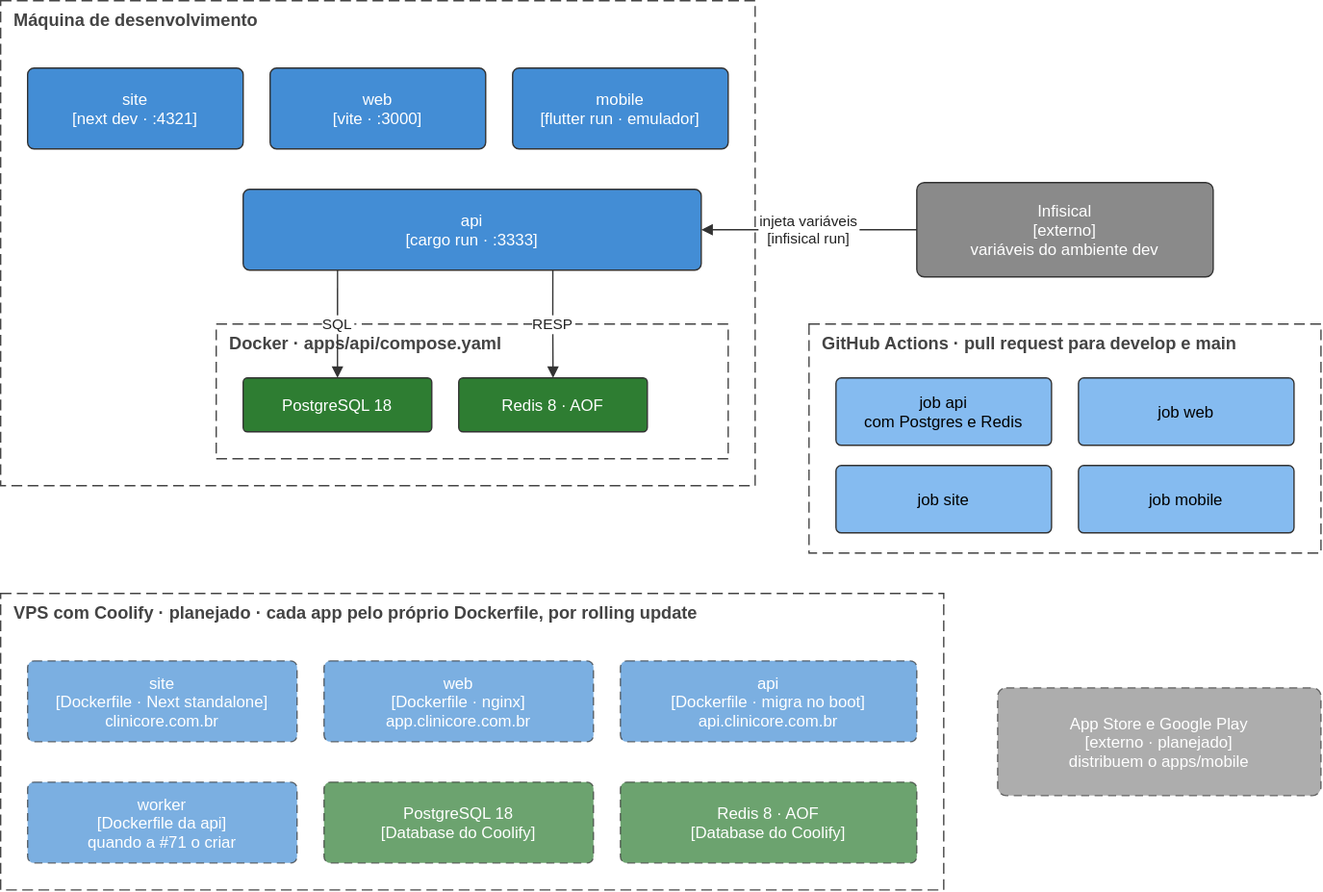
Earlier version of the draw.io export docs/architecture/diagrams/deployment.drawio.svg (TheoOdawara/clinicore). Source tidied: cells renumbered, new cells last; positions are measured from the earlier drawing's top-left corner, leaving out a move shared by most shapes. Source of this version:
```xml
<mxGraphModel background="#ffffff">
  <root>
    <mxCell id="0" />
    <mxCell id="1" parent="0" />
    <mxCell id="2" value="Máquina de desenvolvimento" style="rounded=0;html=0;fillColor=none;strokeColor=#444444;dashed=1;dashPattern=8 4;fontSize=13;fontStyle=1;verticalAlign=top;align=left;spacingLeft=8;fontColor=#444444;" parent="1" vertex="1">
      <mxGeometry width="560" height="360" as="geometry" />
    </mxCell>
    <mxCell id="3" value="site&#10;[next dev · :4321]" style="rounded=1;arcSize=8;html=0;fillColor=#438dd5;fontColor=#ffffff;strokeColor=#333333;fontSize=12;" parent="1" vertex="1">
      <mxGeometry x="20" y="50" width="160" height="60" as="geometry" />
    </mxCell>
    <mxCell id="4" value="web&#10;[vite · :3000]" style="rounded=1;arcSize=8;html=0;fillColor=#438dd5;fontColor=#ffffff;strokeColor=#333333;fontSize=12;" parent="1" vertex="1">
      <mxGeometry x="200" y="50" width="160" height="60" as="geometry" />
    </mxCell>
    <mxCell id="5" value="mobile&#10;[flutter run · emulador]" style="rounded=1;arcSize=8;html=0;fillColor=#438dd5;fontColor=#ffffff;strokeColor=#333333;fontSize=12;" parent="1" vertex="1">
      <mxGeometry x="380" y="50" width="160" height="60" as="geometry" />
    </mxCell>
    <mxCell id="6" value="api&#10;[cargo run · :3333]" style="rounded=1;arcSize=8;html=0;fillColor=#438dd5;fontColor=#ffffff;strokeColor=#333333;fontSize=12;" parent="1" vertex="1">
      <mxGeometry x="180" y="140" width="340" height="60" as="geometry" />
    </mxCell>
    <mxCell id="7" value="Docker · apps/api/compose.yaml" style="rounded=0;html=0;fillColor=none;strokeColor=#444444;dashed=1;dashPattern=8 4;fontSize=13;fontStyle=1;verticalAlign=top;align=left;spacingLeft=8;fontColor=#444444;" parent="1" vertex="1">
      <mxGeometry x="160" y="240" width="380" height="100" as="geometry" />
    </mxCell>
    <mxCell id="8" value="PostgreSQL 18" style="rounded=1;arcSize=8;html=0;fillColor=#2e7d32;fontColor=#ffffff;strokeColor=#333333;fontSize=12;" parent="1" vertex="1">
      <mxGeometry x="180" y="280" width="140" height="40" as="geometry" />
    </mxCell>
    <mxCell id="9" value="Redis 8 · AOF" style="rounded=1;arcSize=8;html=0;fillColor=#2e7d32;fontColor=#ffffff;strokeColor=#333333;fontSize=12;" parent="1" vertex="1">
      <mxGeometry x="340" y="280" width="140" height="40" as="geometry" />
    </mxCell>
    <mxCell id="10" value="Infisical&#10;[externo]&#10;variáveis do ambiente dev" style="rounded=1;arcSize=8;html=0;fillColor=#8a8a8a;fontColor=#ffffff;strokeColor=#333333;fontSize=12;" parent="1" vertex="1">
      <mxGeometry x="680" y="135" width="220" height="70" as="geometry" />
    </mxCell>
    <mxCell id="11" value="GitHub Actions · pull request para develop e main" style="rounded=0;html=0;fillColor=none;strokeColor=#444444;dashed=1;dashPattern=8 4;fontSize=13;fontStyle=1;verticalAlign=top;align=left;spacingLeft=8;fontColor=#444444;" parent="1" vertex="1">
      <mxGeometry x="600" y="240" width="380" height="170" as="geometry" />
    </mxCell>
    <mxCell id="12" value="job api&#10;com Postgres e Redis" style="rounded=1;arcSize=8;html=0;fillColor=#85bbf0;fontColor=#000000;strokeColor=#333333;fontSize=12;" parent="1" vertex="1">
      <mxGeometry x="620" y="280" width="160" height="50" as="geometry" />
    </mxCell>
    <mxCell id="13" value="job web" style="rounded=1;arcSize=8;html=0;fillColor=#85bbf0;fontColor=#000000;strokeColor=#333333;fontSize=12;" parent="1" vertex="1">
      <mxGeometry x="800" y="280" width="160" height="50" as="geometry" />
    </mxCell>
    <mxCell id="14" value="job site" style="rounded=1;arcSize=8;html=0;fillColor=#85bbf0;fontColor=#000000;strokeColor=#333333;fontSize=12;" parent="1" vertex="1">
      <mxGeometry x="620" y="345" width="160" height="50" as="geometry" />
    </mxCell>
    <mxCell id="15" value="job mobile" style="rounded=1;arcSize=8;html=0;fillColor=#85bbf0;fontColor=#000000;strokeColor=#333333;fontSize=12;" parent="1" vertex="1">
      <mxGeometry x="800" y="345" width="160" height="50" as="geometry" />
    </mxCell>
    <mxCell id="16" value="VPS com Coolify · planejado · cada app pelo próprio Dockerfile, por rolling update" style="rounded=0;html=0;fillColor=none;strokeColor=#444444;dashed=1;dashPattern=8 4;fontSize=13;fontStyle=1;verticalAlign=top;align=left;spacingLeft=8;fontColor=#444444;" parent="1" vertex="1">
      <mxGeometry y="440" width="700" height="220" as="geometry" />
    </mxCell>
    <mxCell id="17" value="site&#10;[Dockerfile · Next standalone]&#10;clinicore.com.br" style="rounded=1;arcSize=8;html=0;fillColor=#438dd5;fontColor=#ffffff;strokeColor=#333333;fontSize=12;dashed=1;dashPattern=6 4;opacity=70;" parent="1" vertex="1">
      <mxGeometry x="20" y="490" width="200" height="60" as="geometry" />
    </mxCell>
    <mxCell id="18" value="web&#10;[Dockerfile · nginx]&#10;app.clinicore.com.br" style="rounded=1;arcSize=8;html=0;fillColor=#438dd5;fontColor=#ffffff;strokeColor=#333333;fontSize=12;dashed=1;dashPattern=6 4;opacity=70;" parent="1" vertex="1">
      <mxGeometry x="240" y="490" width="200" height="60" as="geometry" />
    </mxCell>
    <mxCell id="19" value="api&#10;[Dockerfile · migra no boot]&#10;api.clinicore.com.br" style="rounded=1;arcSize=8;html=0;fillColor=#438dd5;fontColor=#ffffff;strokeColor=#333333;fontSize=12;dashed=1;dashPattern=6 4;opacity=70;" parent="1" vertex="1">
      <mxGeometry x="460" y="490" width="220" height="60" as="geometry" />
    </mxCell>
    <mxCell id="20" value="worker&#10;[Dockerfile da api]&#10;quando a #71 o criar" style="rounded=1;arcSize=8;html=0;fillColor=#438dd5;fontColor=#ffffff;strokeColor=#333333;fontSize=12;dashed=1;dashPattern=6 4;opacity=70;" parent="1" vertex="1">
      <mxGeometry x="20" y="580" width="200" height="60" as="geometry" />
    </mxCell>
    <mxCell id="21" value="PostgreSQL 18&#10;[Database do Coolify]" style="rounded=1;arcSize=8;html=0;fillColor=#2e7d32;fontColor=#ffffff;strokeColor=#333333;fontSize=12;dashed=1;dashPattern=6 4;opacity=70;" parent="1" vertex="1">
      <mxGeometry x="240" y="580" width="200" height="60" as="geometry" />
    </mxCell>
    <mxCell id="22" value="Redis 8 · AOF&#10;[Database do Coolify]" style="rounded=1;arcSize=8;html=0;fillColor=#2e7d32;fontColor=#ffffff;strokeColor=#333333;fontSize=12;dashed=1;dashPattern=6 4;opacity=70;" parent="1" vertex="1">
      <mxGeometry x="460" y="580" width="220" height="60" as="geometry" />
    </mxCell>
    <mxCell id="23" value="App Store e Google Play&#10;[externo · planejado]&#10;distribuem o apps/mobile" style="rounded=1;arcSize=8;html=0;fillColor=#8a8a8a;fontColor=#ffffff;strokeColor=#333333;fontSize=12;dashed=1;dashPattern=6 4;opacity=70;" parent="1" vertex="1">
      <mxGeometry x="740" y="510" width="240" height="80" as="geometry" />
    </mxCell>
    <mxCell id="24" value="injeta variáveis&#10;[infisical run]" style="html=0;endArrow=block;endFill=1;strokeColor=#333333;fontSize=11;fontColor=#222222;labelBackgroundColor=#ffffff;edgeStyle=orthogonalEdgeStyle;rounded=1;exitX=0;exitY=0.5;exitDx=0;exitDy=0;entryX=1;entryY=0.5;entryDx=0;entryDy=0;" parent="1" edge="1" source="10" target="6">
      <mxGeometry relative="1" as="geometry" />
    </mxCell>
    <mxCell id="25" value="SQL" style="html=0;endArrow=block;endFill=1;strokeColor=#333333;fontSize=11;fontColor=#222222;labelBackgroundColor=#ffffff;edgeStyle=orthogonalEdgeStyle;rounded=1;exitX=0.206;exitY=1;exitDx=0;exitDy=0;entryX=0.5;entryY=0;entryDx=0;entryDy=0;" parent="1" edge="1" source="6" target="8">
      <mxGeometry relative="1" as="geometry" />
    </mxCell>
    <mxCell id="26" value="RESP" style="html=0;endArrow=block;endFill=1;strokeColor=#333333;fontSize=11;fontColor=#222222;labelBackgroundColor=#ffffff;edgeStyle=orthogonalEdgeStyle;rounded=1;exitX=0.676;exitY=1;exitDx=0;exitDy=0;entryX=0.5;entryY=0;entryDx=0;entryDy=0;" parent="1" edge="1" source="6" target="9">
      <mxGeometry relative="1" as="geometry" />
    </mxCell>
  </root>
</mxGraphModel>
```
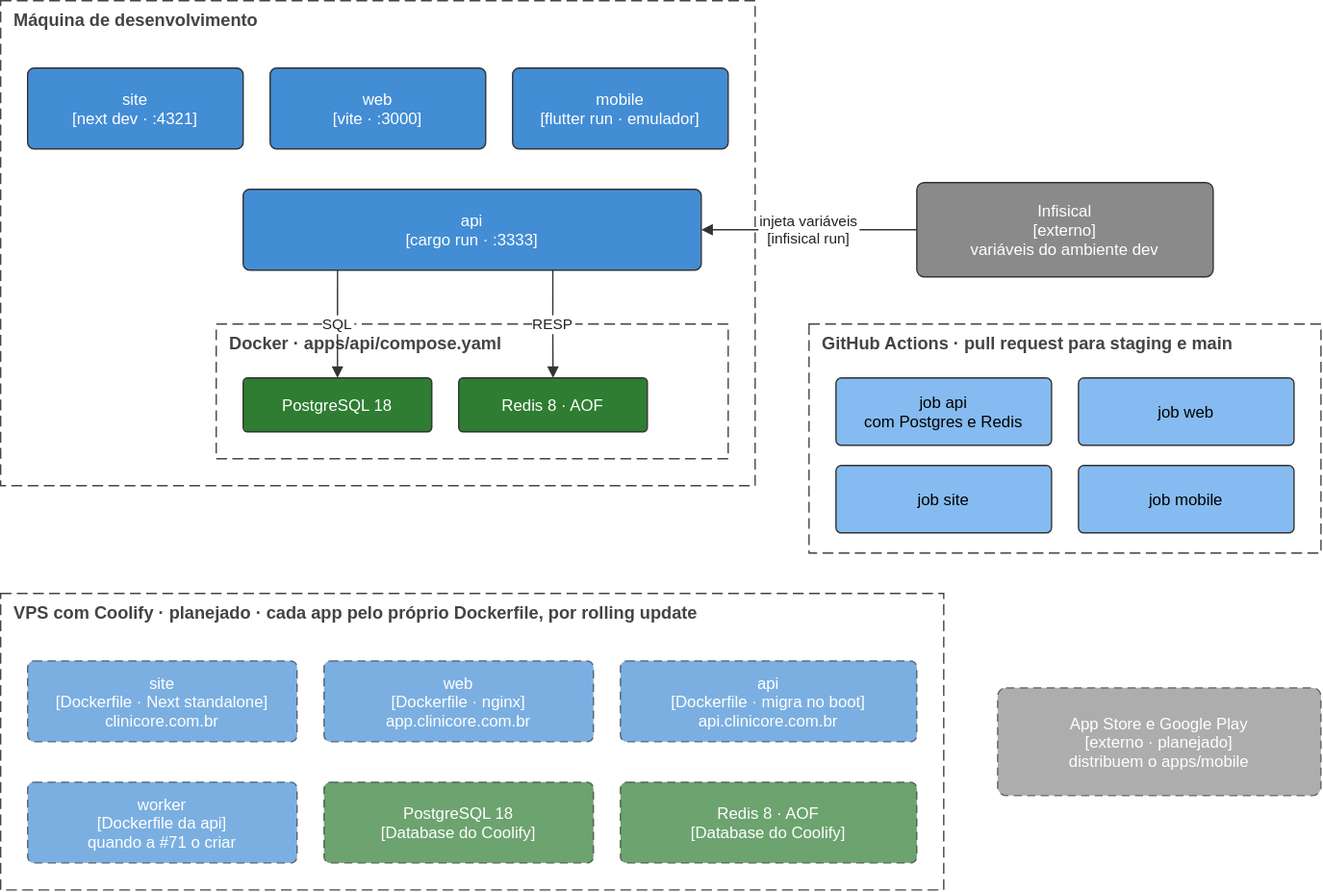
The same diagram one commit later.

The edit, as a diff of the source:
```diff
@@ -29,7 +29,7 @@
     <mxCell id="10" value="Infisical&#10;[externo]&#10;variáveis do ambiente dev" style="rounded=1;arcSize=8;html=0;fillColor=#8a8a8a;fontColor=#ffffff;strokeColor=#333333;fontSize=12;" parent="1" vertex="1">
       <mxGeometry x="680" y="135" width="220" height="70" as="geometry" />
     </mxCell>
-    <mxCell id="11" value="GitHub Actions · pull request para develop e main" style="rounded=0;html=0;fillColor=none;strokeColor=#444444;dashed=1;dashPattern=8 4;fontSize=13;fontStyle=1;verticalAlign=top;align=left;spacingLeft=8;fontColor=#444444;" parent="1" vertex="1">
+    <mxCell id="11" value="GitHub Actions · pull request para staging e main" style="rounded=0;html=0;fillColor=none;strokeColor=#444444;dashed=1;dashPattern=8 4;fontSize=13;fontStyle=1;verticalAlign=top;align=left;spacingLeft=8;fontColor=#444444;" parent="1" vertex="1">
       <mxGeometry x="600" y="240" width="380" height="170" as="geometry" />
     </mxCell>
     <mxCell id="12" value="job api&#10;com Postgres e Redis" style="rounded=1;arcSize=8;html=0;fillColor=#85bbf0;fontColor=#000000;strokeColor=#333333;fontSize=12;" parent="1" vertex="1">
```
